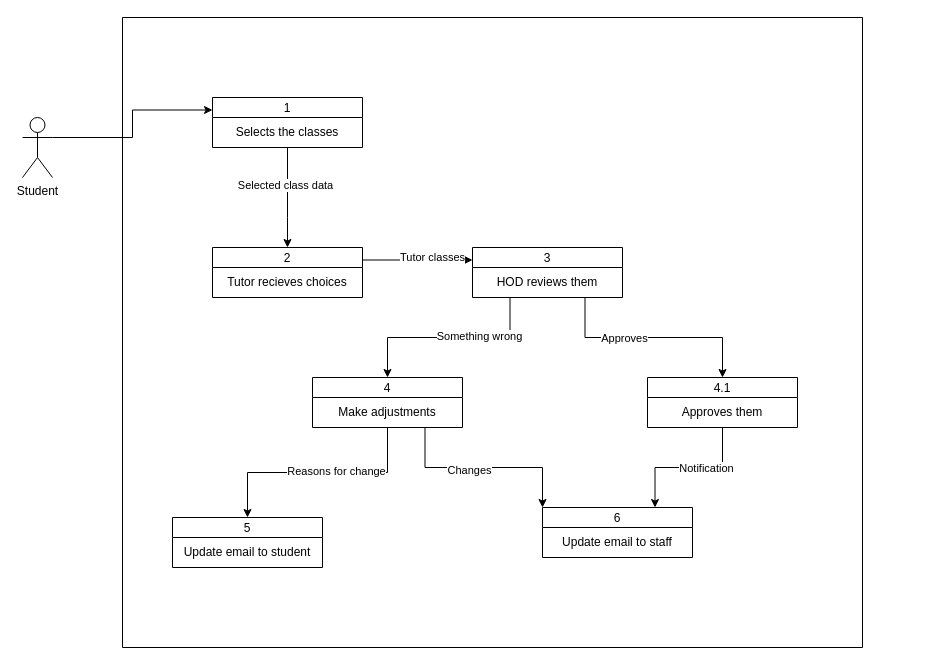
Earlier version of the draw.io diagram dfdsa.drawio.xml (WillTheDeveloper/drawio). Source tidied: cells renumbered, new cells numbered last; positions are measured from the earlier drawing's top-left corner, leaving out a move shared by most shapes. Both pictures are drawn from the tidied source at 100%, with x=0, y=0 at pixel (22, 17).
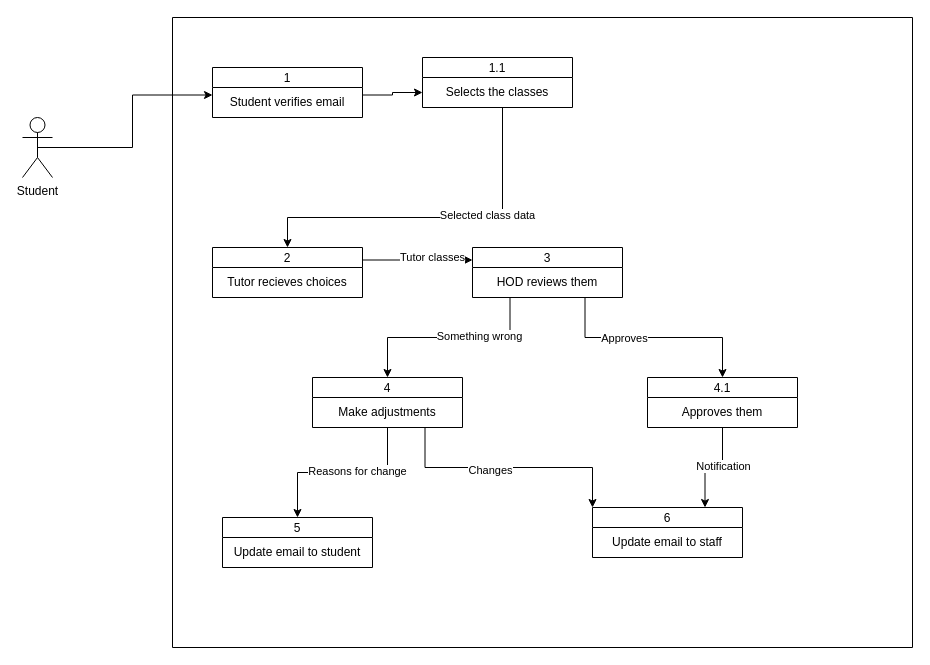
After the change.

Unchanged cells that the change refers to:
```xml
<mxCell id="3" value="Student" style="shape=umlActor;verticalLabelPosition=bottom;verticalAlign=top;html=1;outlineConnect=0;" parent="1" vertex="1">
  <mxGeometry y="100" width="30" height="60" as="geometry" />
</mxCell>
<mxCell id="8" value="2" style="swimlane;fontStyle=0;horizontal=1;startSize=20;fillColor=#ffffff;swimlaneFillColor=#ffffff;" parent="1" vertex="1">
  <mxGeometry x="190" y="230" width="150" height="50" as="geometry" />
</mxCell>
```

The edit, as a diff of the source:
```diff
@@
-    <mxCell id="2" style="edgeStyle=orthogonalEdgeStyle;rounded=0;jettySize=auto;html=1;exitX=1;exitY=0.3333333333333333;exitDx=0;exitDy=0;exitPerimeter=0;entryX=0;entryY=0.25;entryDx=0;entryDy=0;" parent="1" edge="1" source="3" target="4">
-      <mxGeometry relative="1" as="geometry" />
-    </mxCell>
+    <mxCell id="33" style="edgeStyle=orthogonalEdgeStyle;rounded=0;jettySize=auto;html=1;exitX=0.5;exitY=0.5;exitDx=0;exitDy=0;exitPerimeter=0;entryX=0;entryY=0.25;entryDx=0;entryDy=0;" parent="1" edge="1" source="3" target="35">
+      <mxGeometry relative="1" as="geometry" />
+    </mxCell>
@@
-    <mxCell id="4" value="1" style="swimlane;fontStyle=0;horizontal=1;startSize=20;fillColor=#ffffff;swimlaneFillColor=#ffffff;" parent="1" vertex="1">
-      <mxGeometry x="190" y="80" width="150" height="50" as="geometry" />
-    </mxCell>
-    <mxCell id="5" value="Selects the classes" style="text;html=1;strokeColor=none;fillColor=none;align=center;verticalAlign=middle;whiteSpace=wrap;rounded=0;" parent="4" vertex="1">
-      <mxGeometry y="20" width="150" height="30" as="geometry" />
-    </mxCell>
@@
     <mxCell id="14" style="edgeStyle=orthogonalEdgeStyle;rounded=0;jettySize=auto;html=1;exitX=0.5;exitY=1;exitDx=0;exitDy=0;entryX=0.5;entryY=0;entryDx=0;entryDy=0;" parent="1" edge="1" source="5" target="8">
       <mxGeometry relative="1" as="geometry">
         <Array as="points">
-          <mxPoint x="265" y="200" />
+          <mxPoint x="480" y="90" />
+          <mxPoint x="480" y="200" />
           <mxPoint x="265" y="200" />
         </Array>
       </mxGeometry>
     </mxCell>
@@
     <mxCell id="22" style="swimlane;startSize=0;" parent="1" vertex="1">
-      <mxGeometry x="100" width="740" height="630" as="geometry" />
+      <mxGeometry x="150" width="740" height="630" as="geometry" />
     </mxCell>
@@
+    <mxCell id="4" value="1.1" style="swimlane;fontStyle=0;horizontal=1;startSize=20;fillColor=#ffffff;swimlaneFillColor=#ffffff;" parent="22" vertex="1">
+      <mxGeometry x="250" y="40" width="150" height="50" as="geometry" />
+    </mxCell>
+    <mxCell id="5" value="Selects the classes" style="text;html=1;strokeColor=none;fillColor=none;align=center;verticalAlign=middle;whiteSpace=wrap;rounded=0;" parent="4" vertex="1">
+      <mxGeometry y="20" width="150" height="30" as="geometry" />
+    </mxCell>
+    <mxCell id="34" value="1" style="swimlane;fontStyle=0;horizontal=1;startSize=20;fillColor=#ffffff;swimlaneFillColor=#ffffff;" parent="22" vertex="1">
+      <mxGeometry x="40" y="50" width="150" height="50" as="geometry" />
+    </mxCell>
+    <mxCell id="35" value="Student verifies email" style="text;html=1;strokeColor=none;fillColor=none;align=center;verticalAlign=middle;whiteSpace=wrap;rounded=0;" parent="34" vertex="1">
+      <mxGeometry y="20" width="150" height="30" as="geometry" />
+    </mxCell>
+    <mxCell id="36" style="edgeStyle=orthogonalEdgeStyle;rounded=0;jettySize=auto;html=1;exitX=1;exitY=0.25;exitDx=0;exitDy=0;entryX=0;entryY=0.5;entryDx=0;entryDy=0;" parent="22" edge="1" source="35" target="5">
+      <mxGeometry relative="1" as="geometry" />
+    </mxCell>
```
